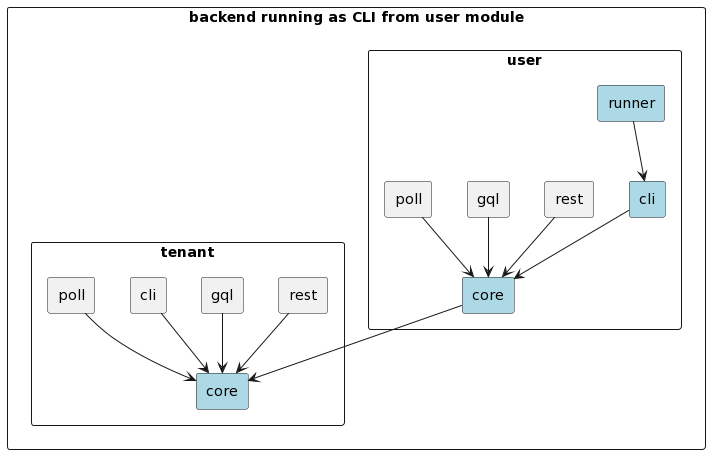
The PlantUML diagram images/posts/backend-running-as-cli-from-user-module.png in maxh/maxheinritz.com, before a commit.
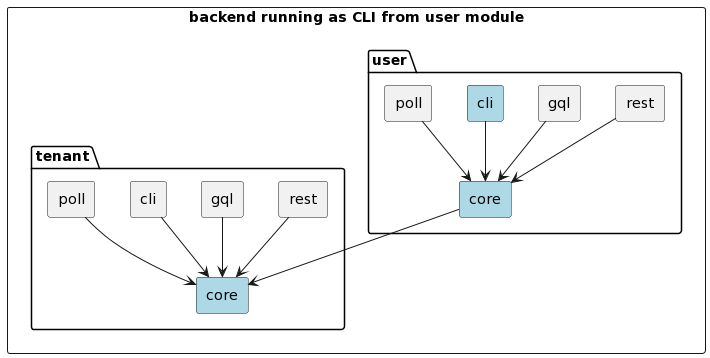
Later version of the same file.

Change to the diagram source:
```diff
@@ -7,8 +7,7 @@
 
 component "backend running as CLI from user module" {
 
-  component user {
-    component runner #LightBlue
+  package user {
     component [rest] as rest_user
     component [gql] as gql_user
     component [cli] as cli_user #LightBlue
@@ -16,7 +15,7 @@
     component [core] as core_user #LightBlue
   }
 
-  component tenant {
+  package tenant {
 
     component [rest] as rest_tenant
     component [gql] as gql_tenant
@@ -27,8 +26,6 @@
   }
 }
 
-
-runner --> cli_user
 
 rest_user --> core_user
 cli_user --> core_user
```
